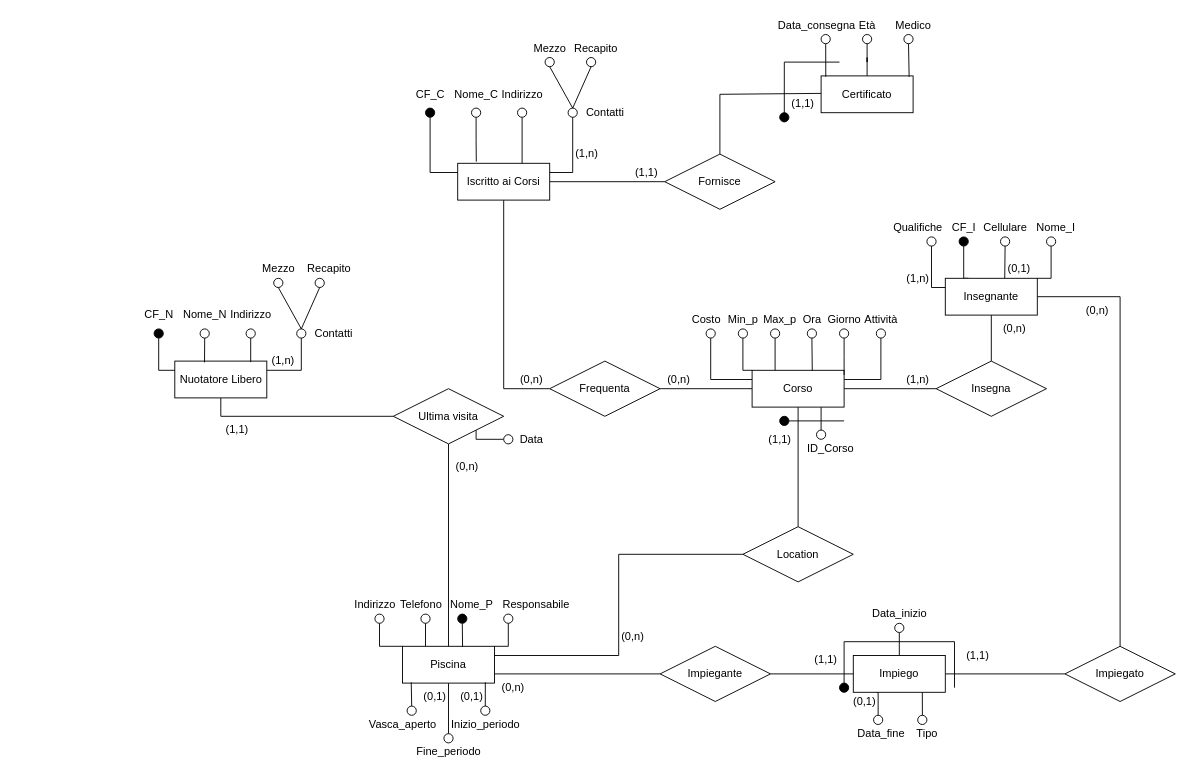
Before: ER Diagrams/logic diagram.drawio in fra-dln/PiscineComunali, a draw.io diagram. Source tidied: cells renumbered, new cells numbered last; positions are measured from the earlier drawing's top-left corner, leaving out a move shared by most shapes. Both pictures are drawn from the tidied source at 92%, with x=0, y=0 at pixel (135, 16).
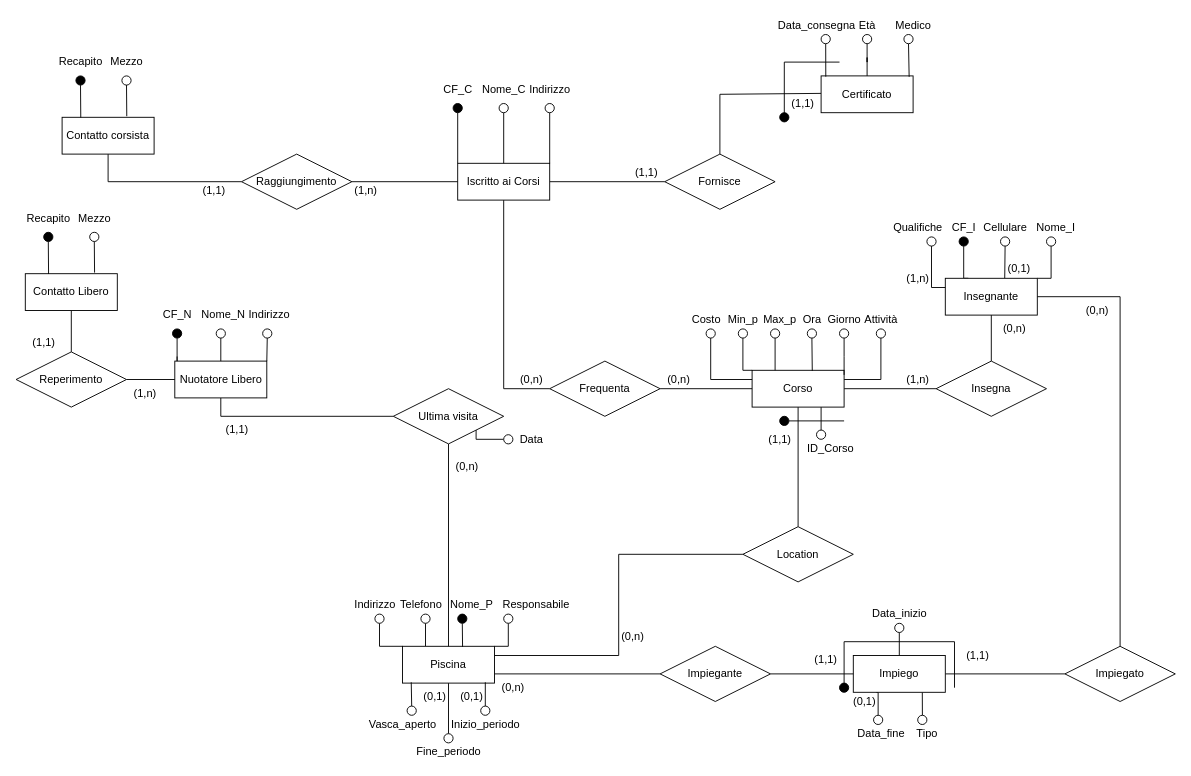
Above is the later version.

The change refers to these unchanged cells:
```xml
<mxCell id="5" value="Nuotatore Libero" style="whiteSpace=wrap;html=1;align=center;" parent="1" vertex="1">
  <mxGeometry x="42.5" y="375" width="100" height="40" as="geometry" />
</mxCell>
<mxCell id="8" value="Iscritto ai Corsi" style="whiteSpace=wrap;html=1;align=center;" parent="1" vertex="1">
  <mxGeometry x="350" y="160" width="100" height="40" as="geometry" />
</mxCell>
```

The edit, as a diff of the source:
```diff
@@
-    <mxCell id="133" style="edgeStyle=orthogonalEdgeStyle;rounded=0;jettySize=auto;html=1;exitX=0.5;exitY=1;exitDx=0;exitDy=0;entryX=0;entryY=0.25;entryDx=0;entryDy=0;endArrow=none;endFill=0;" parent="1" edge="1" source="134" target="8">
+    <mxCell id="133" style="edgeStyle=orthogonalEdgeStyle;rounded=0;jettySize=auto;html=1;exitX=0.5;exitY=1;exitDx=0;exitDy=0;entryX=0;entryY=0;entryDx=0;entryDy=0;endArrow=none;endFill=0;" parent="1" edge="1" source="134" target="8">
       <mxGeometry relative="1" as="geometry" />
     </mxCell>
     <mxCell id="134" style="ellipse;whiteSpace=wrap;html=1;fillColor=#000000;" parent="1" vertex="1">
-      <mxGeometry x="315" y="100" width="10" height="10" as="geometry" />
+      <mxGeometry x="345" y="95" width="10" height="10" as="geometry" />
     </mxCell>
-    <mxCell id="135" style="edgeStyle=orthogonalEdgeStyle;rounded=0;jettySize=auto;html=1;exitX=0.5;exitY=1;exitDx=0;exitDy=0;entryX=0.202;entryY=-0.044;entryDx=0;entryDy=0;entryPerimeter=0;endArrow=none;endFill=0;" parent="1" edge="1" source="136" target="8">
+    <mxCell id="135" style="edgeStyle=orthogonalEdgeStyle;rounded=0;jettySize=auto;html=1;exitX=0.5;exitY=1;exitDx=0;exitDy=0;entryX=0.5;entryY=0;entryDx=0;entryDy=0;endArrow=none;endFill=0;" parent="1" edge="1" source="136" target="8">
       <mxGeometry relative="1" as="geometry" />
     </mxCell>
     <mxCell id="136" style="ellipse;whiteSpace=wrap;html=1;" parent="1" vertex="1">
-      <mxGeometry x="365" y="100" width="10" height="10" as="geometry" />
+      <mxGeometry x="395" y="95" width="10" height="10" as="geometry" />
     </mxCell>
     <mxCell id="137" value="CF_C" style="text;html=1;align=center;verticalAlign=middle;strokeColor=none;fillColor=none;" parent="1" vertex="1">
-      <mxGeometry x="295" y="75" width="50" height="20" as="geometry" />
+      <mxGeometry x="325" y="70" width="50" height="20" as="geometry" />
     </mxCell>
-    <mxCell id="138" style="edgeStyle=orthogonalEdgeStyle;rounded=0;jettySize=auto;html=1;exitX=0.5;exitY=1;exitDx=0;exitDy=0;entryX=0.7;entryY=0;entryDx=0;entryDy=0;entryPerimeter=0;endArrow=none;endFill=0;" parent="1" edge="1" source="139" target="8">
+    <mxCell id="138" style="edgeStyle=orthogonalEdgeStyle;rounded=0;jettySize=auto;html=1;exitX=0.5;exitY=1;exitDx=0;exitDy=0;entryX=1;entryY=0;entryDx=0;entryDy=0;endArrow=none;endFill=0;" parent="1" edge="1" source="139" target="8">
       <mxGeometry relative="1" as="geometry" />
     </mxCell>
     <mxCell id="139" style="ellipse;whiteSpace=wrap;html=1;" parent="1" vertex="1">
-      <mxGeometry x="415" y="100" width="10" height="10" as="geometry" />
+      <mxGeometry x="445" y="95" width="10" height="10" as="geometry" />
     </mxCell>
     <mxCell id="140" value="Nome_C" style="text;html=1;align=center;verticalAlign=middle;strokeColor=none;fillColor=none;" parent="1" vertex="1">
-      <mxGeometry x="340" y="75" width="60" height="20" as="geometry" />
+      <mxGeometry x="370" y="70" width="60" height="20" as="geometry" />
     </mxCell>
     <mxCell id="141" value="Indirizzo" style="text;html=1;align=center;verticalAlign=middle;strokeColor=none;fillColor=none;" parent="1" vertex="1">
-      <mxGeometry x="390" y="75" width="60" height="20" as="geometry" />
+      <mxGeometry x="420" y="70" width="60" height="20" as="geometry" />
     </mxCell>
-    <mxCell id="142" style="edgeStyle=orthogonalEdgeStyle;rounded=0;jettySize=auto;html=1;exitX=0.5;exitY=1;exitDx=0;exitDy=0;entryX=1;entryY=0.25;entryDx=0;entryDy=0;endArrow=none;endFill=0;" parent="1" edge="1" source="143" target="8">
-      <mxGeometry relative="1" as="geometry" />
-    </mxCell>
-    <mxCell id="143" style="ellipse;whiteSpace=wrap;html=1;" parent="1" vertex="1">
-      <mxGeometry x="470" y="100" width="10" height="10" as="geometry" />
-    </mxCell>
-    <mxCell id="144" value="Contatti" style="text;html=1;align=center;verticalAlign=middle;strokeColor=none;fillColor=none;" parent="1" vertex="1">
-      <mxGeometry x="480" y="95" width="60" height="20" as="geometry" />
-    </mxCell>
-    <mxCell id="145" style="ellipse;whiteSpace=wrap;html=1;" parent="1" vertex="1">
-      <mxGeometry x="445" y="45" width="10" height="10" as="geometry" />
-    </mxCell>
-    <mxCell id="146" style="ellipse;whiteSpace=wrap;html=1;" parent="1" vertex="1">
-      <mxGeometry x="490" y="45" width="10" height="10" as="geometry" />
-    </mxCell>
-    <mxCell id="147" style="endArrow=none;html=1;rounded=0;fillColor=#000000;exitX=0.5;exitY=0;exitDx=0;exitDy=0;entryX=0.5;entryY=1;entryDx=0;entryDy=0;" parent="1" edge="1" source="143" target="146">
-      <mxGeometry relative="1" as="geometry" />
-    </mxCell>
-    <mxCell id="148" style="endArrow=none;html=1;rounded=0;fillColor=#000000;exitX=0.5;exitY=0;exitDx=0;exitDy=0;" parent="1" edge="1" source="143">
-      <mxGeometry relative="1" as="geometry">
-        <mxPoint x="450" y="55" as="targetPoint" />
-      </mxGeometry>
-    </mxCell>
-    <mxCell id="149" value="Mezzo" style="text;html=1;align=center;verticalAlign=middle;strokeColor=none;fillColor=none;" parent="1" vertex="1">
-      <mxGeometry x="425" y="25" width="50" height="20" as="geometry" />
-    </mxCell>
-    <mxCell id="150" value="Recapito" style="text;html=1;align=center;verticalAlign=middle;strokeColor=none;fillColor=none;" parent="1" vertex="1">
-      <mxGeometry x="470" y="25" width="60" height="20" as="geometry" />
-    </mxCell>
-    <mxCell id="151" value="(1,n)" style="text;html=1;align=center;verticalAlign=middle;strokeColor=none;fillColor=none;" parent="1" vertex="1">
-      <mxGeometry x="470" y="140" width="40" height="20" as="geometry" />
-    </mxCell>
-    <mxCell id="152" style="edgeStyle=orthogonalEdgeStyle;rounded=0;jettySize=auto;html=1;exitX=0.5;exitY=1;exitDx=0;exitDy=0;entryX=0;entryY=0.25;entryDx=0;entryDy=0;endArrow=none;endFill=0;" parent="1" edge="1" source="153" target="5">
+    <mxCell id="152" style="edgeStyle=orthogonalEdgeStyle;rounded=0;jettySize=auto;html=1;exitX=0.5;exitY=1;exitDx=0;exitDy=0;endArrow=none;endFill=0;" parent="1" edge="1" source="153">
       <mxGeometry relative="1" as="geometry">
+        <mxPoint x="45" y="370" as="targetPoint" />
         <Array as="points">
-          <mxPoint x="24.5" y="385" />
+          <mxPoint x="45" y="375" />
         </Array>
       </mxGeometry>
     </mxCell>
     <mxCell id="153" style="ellipse;whiteSpace=wrap;html=1;fillColor=#000000;" parent="1" vertex="1">
-      <mxGeometry x="20" y="340" width="10" height="10" as="geometry" />
+      <mxGeometry x="40" y="340" width="10" height="10" as="geometry" />
     </mxCell>
-    <mxCell id="154" style="edgeStyle=orthogonalEdgeStyle;rounded=0;jettySize=auto;html=1;exitX=0.5;exitY=1;exitDx=0;exitDy=0;entryX=0.323;entryY=0.035;entryDx=0;entryDy=0;entryPerimeter=0;endArrow=none;endFill=0;" parent="1" edge="1" source="155" target="5">
+    <mxCell id="154" style="edgeStyle=orthogonalEdgeStyle;rounded=0;jettySize=auto;html=1;exitX=0.5;exitY=1;exitDx=0;exitDy=0;entryX=0.5;entryY=0;entryDx=0;entryDy=0;endArrow=none;endFill=0;" parent="1" edge="1" source="155" target="5">
       <mxGeometry relative="1" as="geometry" />
     </mxCell>
     <mxCell id="155" style="ellipse;whiteSpace=wrap;html=1;" parent="1" vertex="1">
-      <mxGeometry x="70" y="340" width="10" height="10" as="geometry" />
+      <mxGeometry x="87.5" y="340" width="10" height="10" as="geometry" />
     </mxCell>
     <mxCell id="156" value="CF_N" style="text;html=1;align=center;verticalAlign=middle;strokeColor=none;fillColor=none;" parent="1" vertex="1">
-      <mxGeometry y="315" width="50" height="20" as="geometry" />
+      <mxGeometry x="20" y="315" width="50" height="20" as="geometry" />
     </mxCell>
-    <mxCell id="157" style="edgeStyle=orthogonalEdgeStyle;rounded=0;jettySize=auto;html=1;exitX=0.5;exitY=1;exitDx=0;exitDy=0;entryX=0.825;entryY=0.027;entryDx=0;entryDy=0;entryPerimeter=0;endArrow=none;endFill=0;" parent="1" edge="1" source="158" target="5">
-      <mxGeometry relative="1" as="geometry" />
+    <mxCell id="157" style="edgeStyle=orthogonalEdgeStyle;rounded=0;jettySize=auto;html=1;exitX=0.5;exitY=1;exitDx=0;exitDy=0;entryX=1;entryY=0;entryDx=0;entryDy=0;endArrow=none;endFill=0;" parent="1" edge="1" source="158" target="5">
+      <mxGeometry relative="1" as="geometry">
+        <Array as="points">
+          <mxPoint x="143" y="350" />
+          <mxPoint x="143" y="375" />
+        </Array>
+      </mxGeometry>
     </mxCell>
     <mxCell id="158" style="ellipse;whiteSpace=wrap;html=1;" parent="1" vertex="1">
-      <mxGeometry x="120" y="340" width="10" height="10" as="geometry" />
+      <mxGeometry x="138" y="340" width="10" height="10" as="geometry" />
     </mxCell>
     <mxCell id="159" value="Nome_N" style="text;html=1;align=center;verticalAlign=middle;strokeColor=none;fillColor=none;" parent="1" vertex="1">
-      <mxGeometry x="45" y="315" width="60" height="20" as="geometry" />
+      <mxGeometry x="65" y="315" width="60" height="20" as="geometry" />
     </mxCell>
     <mxCell id="160" value="Indirizzo" style="text;html=1;align=center;verticalAlign=middle;strokeColor=none;fillColor=none;" parent="1" vertex="1">
-      <mxGeometry x="95" y="315" width="60" height="20" as="geometry" />
+      <mxGeometry x="115" y="315" width="60" height="20" as="geometry" />
     </mxCell>
-    <mxCell id="161" style="edgeStyle=orthogonalEdgeStyle;rounded=0;jettySize=auto;html=1;exitX=0.5;exitY=1;exitDx=0;exitDy=0;entryX=1;entryY=0.25;entryDx=0;entryDy=0;endArrow=none;endFill=0;" parent="1" edge="1" source="162" target="5">
-      <mxGeometry relative="1" as="geometry" />
-    </mxCell>
-    <mxCell id="162" style="ellipse;whiteSpace=wrap;html=1;" parent="1" vertex="1">
-      <mxGeometry x="175" y="340" width="10" height="10" as="geometry" />
-    </mxCell>
-    <mxCell id="163" value="Contatti" style="text;html=1;align=center;verticalAlign=middle;strokeColor=none;fillColor=none;" parent="1" vertex="1">
-      <mxGeometry x="185" y="335" width="60" height="20" as="geometry" />
-    </mxCell>
-    <mxCell id="164" style="ellipse;whiteSpace=wrap;html=1;" parent="1" vertex="1">
-      <mxGeometry x="150" y="285" width="10" height="10" as="geometry" />
-    </mxCell>
-    <mxCell id="165" style="ellipse;whiteSpace=wrap;html=1;" parent="1" vertex="1">
-      <mxGeometry x="195" y="285" width="10" height="10" as="geometry" />
-    </mxCell>
-    <mxCell id="166" style="endArrow=none;html=1;rounded=0;fillColor=#000000;exitX=0.5;exitY=0;exitDx=0;exitDy=0;entryX=0.5;entryY=1;entryDx=0;entryDy=0;" parent="1" edge="1" source="162" target="165">
-      <mxGeometry relative="1" as="geometry" />
-    </mxCell>
-    <mxCell id="167" style="endArrow=none;html=1;rounded=0;fillColor=#000000;exitX=0.5;exitY=0;exitDx=0;exitDy=0;" parent="1" edge="1" source="162">
-      <mxGeometry relative="1" as="geometry">
-        <mxPoint x="155" y="295" as="targetPoint" />
-      </mxGeometry>
-    </mxCell>
-    <mxCell id="168" value="Mezzo" style="text;html=1;align=center;verticalAlign=middle;strokeColor=none;fillColor=none;" parent="1" vertex="1">
-      <mxGeometry x="130" y="265" width="50" height="20" as="geometry" />
-    </mxCell>
-    <mxCell id="169" value="Recapito" style="text;html=1;align=center;verticalAlign=middle;strokeColor=none;fillColor=none;" parent="1" vertex="1">
-      <mxGeometry x="180" y="265" width="60" height="20" as="geometry" />
-    </mxCell>
-    <mxCell id="170" value="(1,n)" style="text;html=1;align=center;verticalAlign=middle;strokeColor=none;fillColor=none;" parent="1" vertex="1">
-      <mxGeometry x="140" y="365" width="40" height="20" as="geometry" />
-    </mxCell>
+    <mxCell id="171" style="edgeStyle=orthogonalEdgeStyle;rounded=0;jettySize=auto;html=1;exitX=0.5;exitY=1;exitDx=0;exitDy=0;entryX=0.5;entryY=0;entryDx=0;entryDy=0;endArrow=none;endFill=0;" parent="1" edge="1" source="172" target="178">
+      <mxGeometry relative="1" as="geometry" />
+    </mxCell>
+    <mxCell id="172" value="Contatto Libero" style="whiteSpace=wrap;html=1;align=center;" parent="1" vertex="1">
+      <mxGeometry x="-120" y="280" width="100" height="40" as="geometry" />
+    </mxCell>
+    <mxCell id="173" style="edgeStyle=orthogonalEdgeStyle;rounded=0;jettySize=auto;html=1;exitX=0.5;exitY=1;exitDx=0;exitDy=0;entryX=0;entryY=0.5;entryDx=0;entryDy=0;endArrow=none;endFill=0;" parent="1" edge="1" source="174" target="176">
+      <mxGeometry relative="1" as="geometry" />
+    </mxCell>
+    <mxCell id="174" value="Contatto corsista" style="whiteSpace=wrap;html=1;align=center;" parent="1" vertex="1">
+      <mxGeometry x="-80" y="110" width="100" height="40" as="geometry" />
+    </mxCell>
+    <mxCell id="175" style="edgeStyle=orthogonalEdgeStyle;rounded=0;jettySize=auto;html=1;exitX=1;exitY=0.5;exitDx=0;exitDy=0;endArrow=none;endFill=0;" parent="1" edge="1" source="176" target="8">
+      <mxGeometry relative="1" as="geometry" />
+    </mxCell>
+    <mxCell id="176" value="Raggiungimento" style="shape=rhombus;perimeter=rhombusPerimeter;whiteSpace=wrap;html=1;align=center;" parent="1" vertex="1">
+      <mxGeometry x="115" y="150" width="120" height="60" as="geometry" />
+    </mxCell>
+    <mxCell id="177" style="edgeStyle=orthogonalEdgeStyle;rounded=0;jettySize=auto;html=1;exitX=1;exitY=0.5;exitDx=0;exitDy=0;entryX=0;entryY=0.5;entryDx=0;entryDy=0;endArrow=none;endFill=0;" parent="1" edge="1" source="178" target="5">
+      <mxGeometry relative="1" as="geometry" />
+    </mxCell>
+    <mxCell id="178" value="Reperimento" style="shape=rhombus;perimeter=rhombusPerimeter;whiteSpace=wrap;html=1;align=center;" parent="1" vertex="1">
+      <mxGeometry x="-130" y="365" width="120" height="60" as="geometry" />
+    </mxCell>
+    <mxCell id="179" value="(1,1)" style="text;html=1;align=center;verticalAlign=middle;strokeColor=none;fillColor=none;" parent="1" vertex="1">
+      <mxGeometry x="-120" y="345" width="40" height="20" as="geometry" />
+    </mxCell>
+    <mxCell id="180" value="(1,n)" style="text;html=1;align=center;verticalAlign=middle;strokeColor=none;fillColor=none;" parent="1" vertex="1">
+      <mxGeometry x="-10" y="400" width="40" height="20" as="geometry" />
+    </mxCell>
+    <mxCell id="181" value="(1,1)" style="text;html=1;align=center;verticalAlign=middle;strokeColor=none;fillColor=none;" parent="1" vertex="1">
+      <mxGeometry x="65" y="180" width="40" height="20" as="geometry" />
+    </mxCell>
+    <mxCell id="182" value="(1,n)" style="text;html=1;align=center;verticalAlign=middle;strokeColor=none;fillColor=none;" parent="1" vertex="1">
+      <mxGeometry x="230" y="180" width="40" height="20" as="geometry" />
+    </mxCell>
+    <mxCell id="183" style="edgeStyle=orthogonalEdgeStyle;rounded=0;jettySize=auto;html=1;exitX=0.5;exitY=1;exitDx=0;exitDy=0;entryX=0.203;entryY=0.007;entryDx=0;entryDy=0;entryPerimeter=0;endArrow=none;endFill=0;" parent="1" edge="1" source="184" target="174">
+      <mxGeometry relative="1" as="geometry" />
+    </mxCell>
+    <mxCell id="184" style="ellipse;whiteSpace=wrap;html=1;fillColor=#000000;" parent="1" vertex="1">
+      <mxGeometry x="-65" y="65" width="10" height="10" as="geometry" />
+    </mxCell>
+    <mxCell id="185" style="edgeStyle=orthogonalEdgeStyle;rounded=0;jettySize=auto;html=1;exitX=0.5;exitY=1;exitDx=0;exitDy=0;entryX=0.703;entryY=-0.029;entryDx=0;entryDy=0;entryPerimeter=0;endArrow=none;endFill=0;" parent="1" edge="1" source="186" target="174">
+      <mxGeometry relative="1" as="geometry" />
+    </mxCell>
+    <mxCell id="186" style="ellipse;whiteSpace=wrap;html=1;" parent="1" vertex="1">
+      <mxGeometry x="-15" y="65" width="10" height="10" as="geometry" />
+    </mxCell>
+    <mxCell id="187" value="Recapito" style="text;html=1;align=center;verticalAlign=middle;strokeColor=none;fillColor=none;" parent="1" vertex="1">
+      <mxGeometry x="-90" y="40" width="60" height="20" as="geometry" />
+    </mxCell>
+    <mxCell id="188" value="Mezzo" style="text;html=1;align=center;verticalAlign=middle;strokeColor=none;fillColor=none;" parent="1" vertex="1">
+      <mxGeometry x="-35" y="40" width="50" height="20" as="geometry" />
+    </mxCell>
+    <mxCell id="189" style="edgeStyle=orthogonalEdgeStyle;rounded=0;jettySize=auto;html=1;exitX=0.5;exitY=1;exitDx=0;exitDy=0;entryX=0.203;entryY=0.007;entryDx=0;entryDy=0;entryPerimeter=0;endArrow=none;endFill=0;" parent="1" edge="1" source="190">
+      <mxGeometry relative="1" as="geometry">
+        <mxPoint x="-94.7" y="280.3" as="targetPoint" />
+      </mxGeometry>
+    </mxCell>
+    <mxCell id="190" style="ellipse;whiteSpace=wrap;html=1;fillColor=#000000;" parent="1" vertex="1">
+      <mxGeometry x="-100" y="235" width="10" height="10" as="geometry" />
+    </mxCell>
+    <mxCell id="191" style="edgeStyle=orthogonalEdgeStyle;rounded=0;jettySize=auto;html=1;exitX=0.5;exitY=1;exitDx=0;exitDy=0;entryX=0.703;entryY=-0.029;entryDx=0;entryDy=0;entryPerimeter=0;endArrow=none;endFill=0;" parent="1" edge="1" source="192">
+      <mxGeometry relative="1" as="geometry">
+        <mxPoint x="-44.7" y="278.8" as="targetPoint" />
+      </mxGeometry>
+    </mxCell>
+    <mxCell id="192" style="ellipse;whiteSpace=wrap;html=1;" parent="1" vertex="1">
+      <mxGeometry x="-50" y="235" width="10" height="10" as="geometry" />
+    </mxCell>
+    <mxCell id="193" value="Recapito" style="text;html=1;align=center;verticalAlign=middle;strokeColor=none;fillColor=none;" parent="1" vertex="1">
+      <mxGeometry x="-125" y="210" width="60" height="20" as="geometry" />
+    </mxCell>
+    <mxCell id="194" value="Mezzo" style="text;html=1;align=center;verticalAlign=middle;strokeColor=none;fillColor=none;" parent="1" vertex="1">
+      <mxGeometry x="-70" y="210" width="50" height="20" as="geometry" />
+    </mxCell>
```
